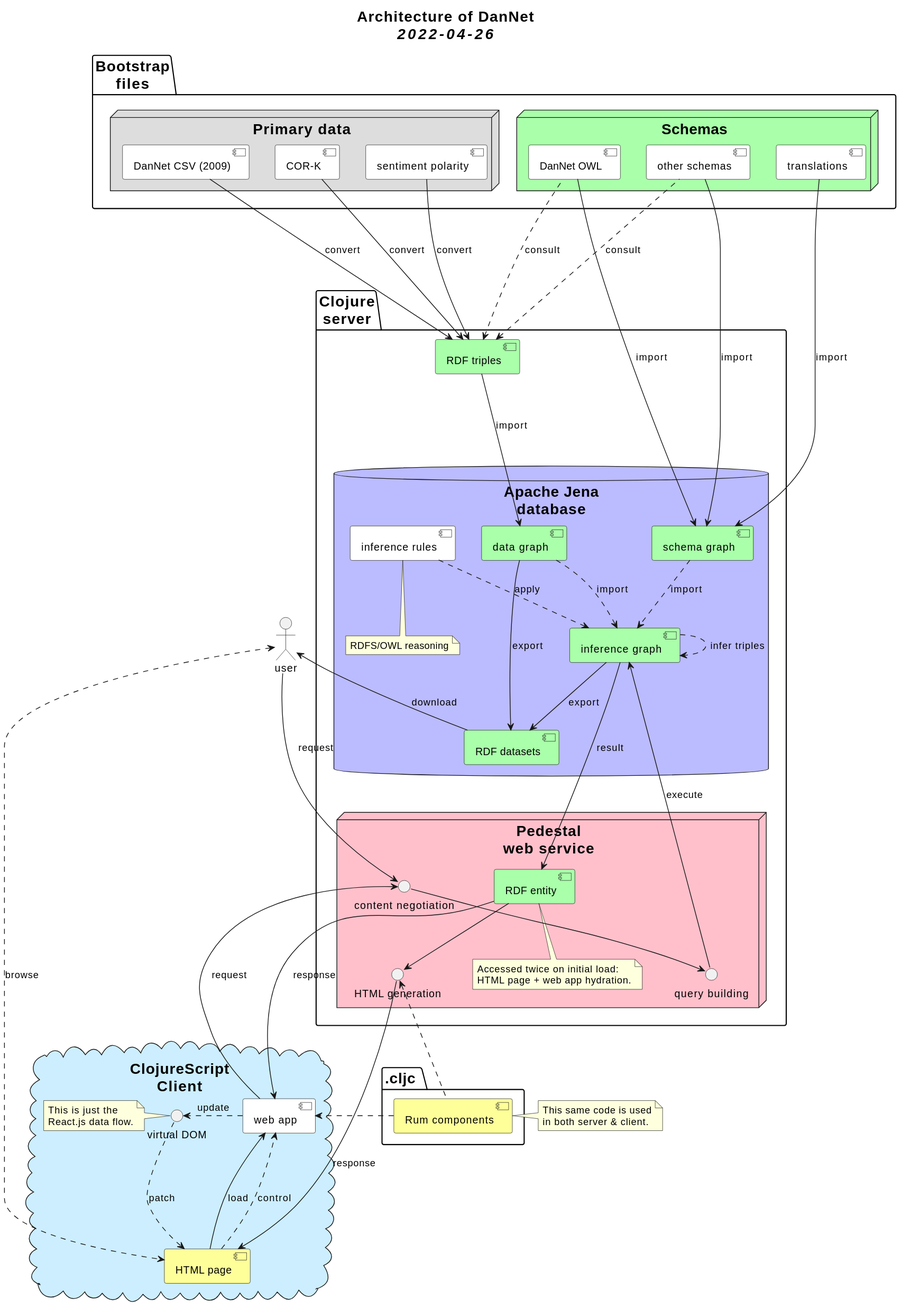
Above: doc/architecture.svg in kuhumcst/DanNet (PlantUML), before the change.
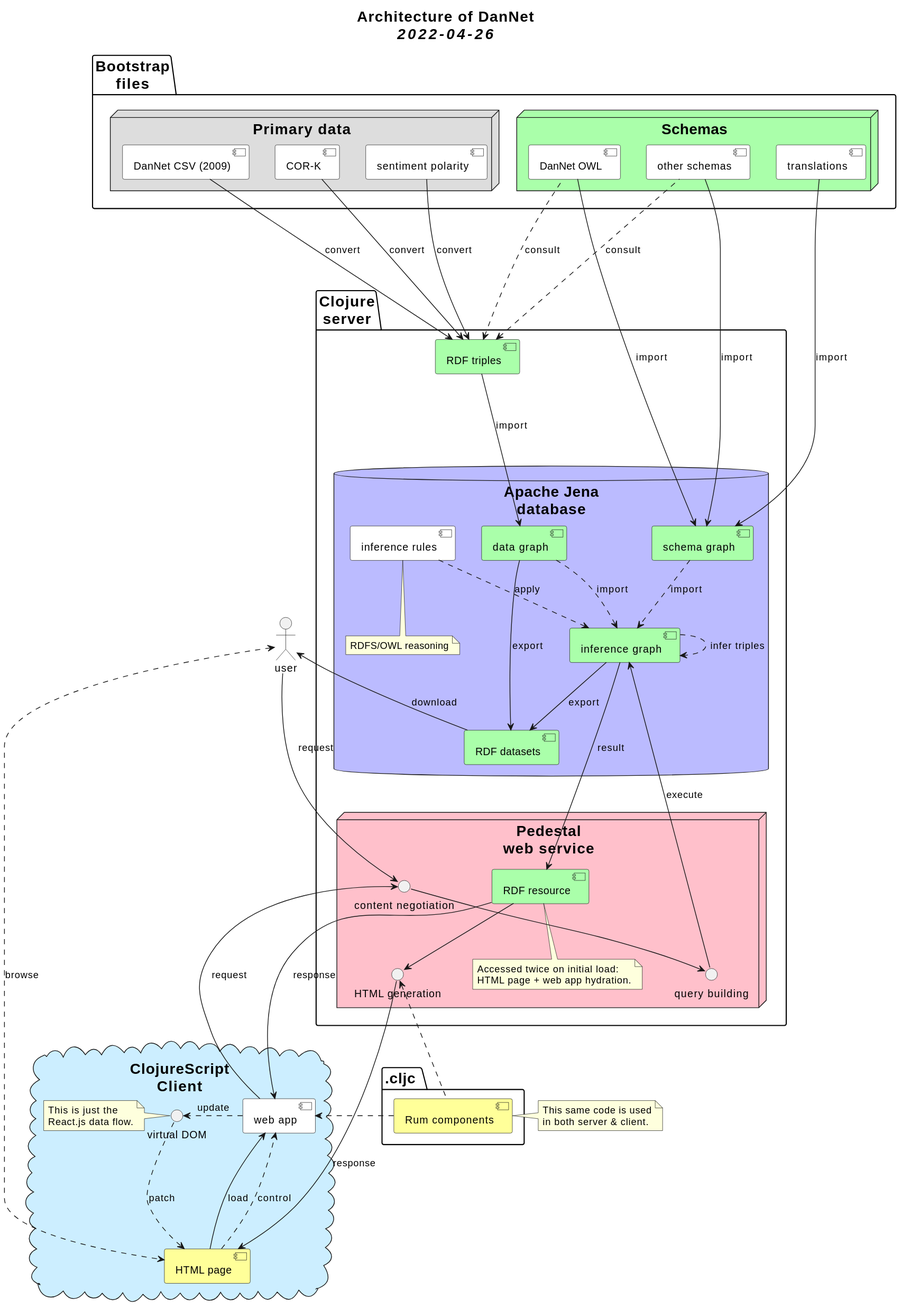
The same file after the commit.

Commit message:
renamed entity -> resource

The edit, as a diff of the source:
```diff
@@ -62,12 +62,12 @@
     }
 
     node "Pedestal\nweb service" #pink {
-        [RDF entity] #AAffAA
+        [RDF resource] #AAffAA
         interface "HTML generation" as htmlgen
         interface "content negotiation" as conneg
         interface "query building" as q
 
-        note bottom of [RDF entity]
+        note bottom of [RDF resource]
           Accessed twice on initial load:
           HTML page + web app hydration.
         end note
@@ -77,9 +77,9 @@
 
         conneg --> q
         q --> [inference graph] :execute
-        [inference graph] ---> [RDF entity] :result
+        [inference graph] ---> [RDF resource] :result
         htmlgen <.. [Rum components]
-        [RDF entity] --> htmlgen
+        [RDF resource] --> htmlgen
         htmlgen ---> [HTML page] :response
     }
 }
@@ -91,7 +91,7 @@
     [HTML page] ---> [web app] :load
     [HTML page] ...> [web app] :control
     [web app] ----> conneg :request
-    [RDF entity] ----> [web app] :response
+    [RDF resource] ----> [web app] :response
     [Rum components] .> [web app]
     [web app] .> VDOM :update
     VDOM ...> [HTML page] :patch
```
